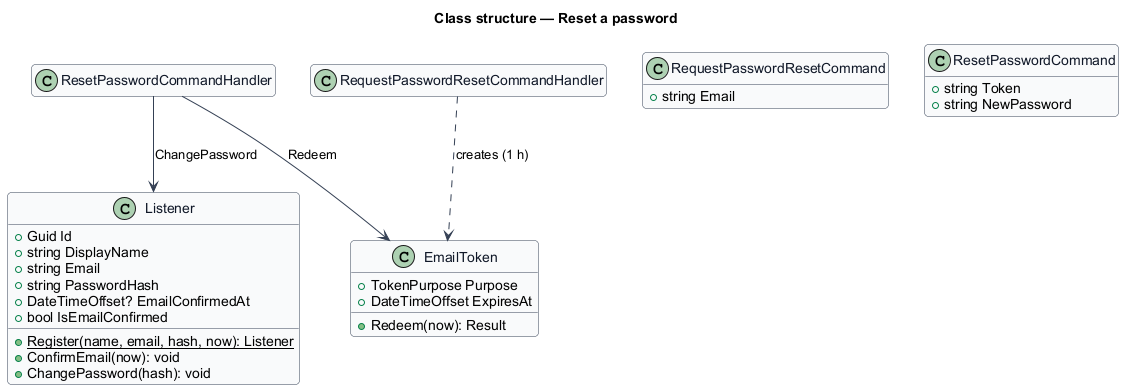
Before: docs/detailed-designs/accounts/reset-password/diagrams/class-structure.png, a diagram exported from PlantUML (QuinntyneBrown/hummi).
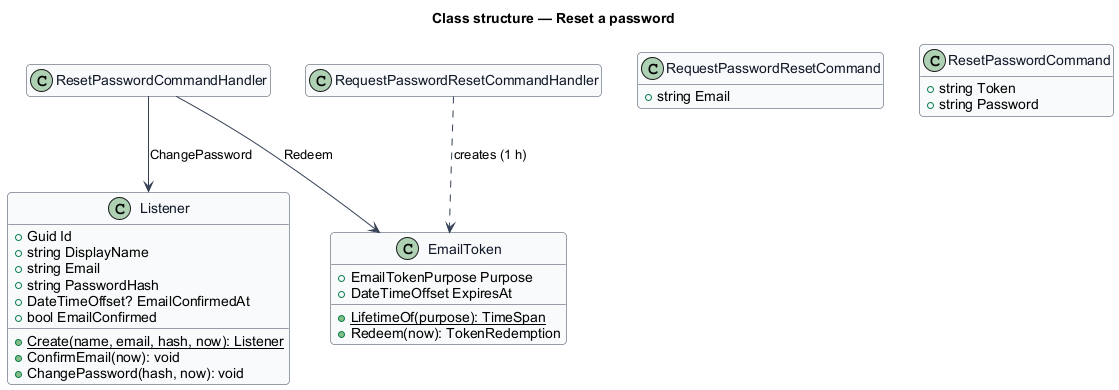
Above is the later version.

Change to the diagram source:
```diff
@@ -18,10 +18,10 @@
   +string Email
   +string PasswordHash
   +DateTimeOffset? EmailConfirmedAt
-  +bool IsEmailConfirmed
-  +{static} Register(name, email, hash, now): Listener
+  +bool EmailConfirmed
+  +{static} Create(name, email, hash, now): Listener
   +ConfirmEmail(now): void
-  +ChangePassword(hash): void
+  +ChangePassword(hash, now): void
 }
 
 class RequestPasswordResetCommand {
@@ -29,12 +29,13 @@
 }
 class ResetPasswordCommand {
   +string Token
-  +string NewPassword
+  +string Password
 }
 class EmailToken {
-  +TokenPurpose Purpose
+  +EmailTokenPurpose Purpose
+  +{static} LifetimeOf(purpose): TimeSpan
   +DateTimeOffset ExpiresAt
-  +Redeem(now): Result
+  +Redeem(now): TokenRedemption
 }
 RequestPasswordResetCommandHandler ..> EmailToken : creates (1 h)
 ResetPasswordCommandHandler --> EmailToken : Redeem
```
